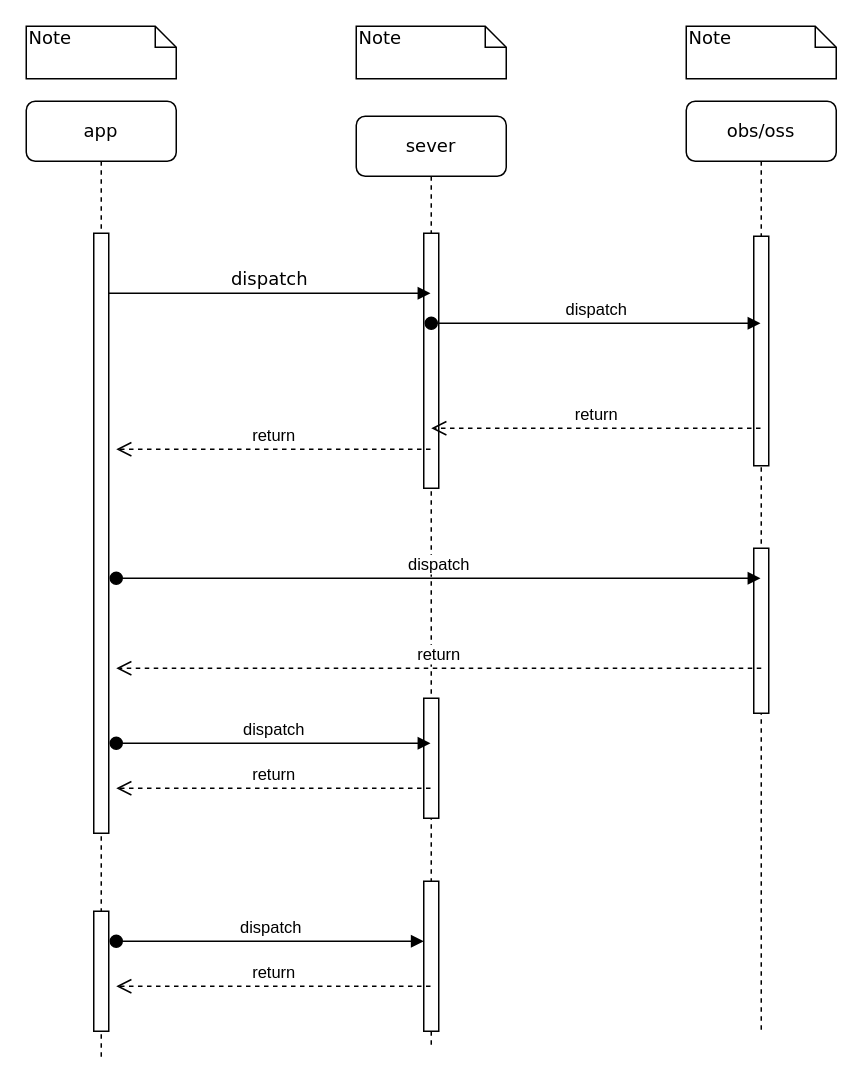
Earlier version of the draw.io diagram Untitled Diagram.drawio (linxinqiang90/drawio). Source tidied: cells renumbered, new cells numbered last; positions are measured from the earlier drawing's top-left corner, leaving out a move shared by most shapes. Both pictures are drawn from the tidied source at 150%, with x=0, y=0 at pixel (26, 26).
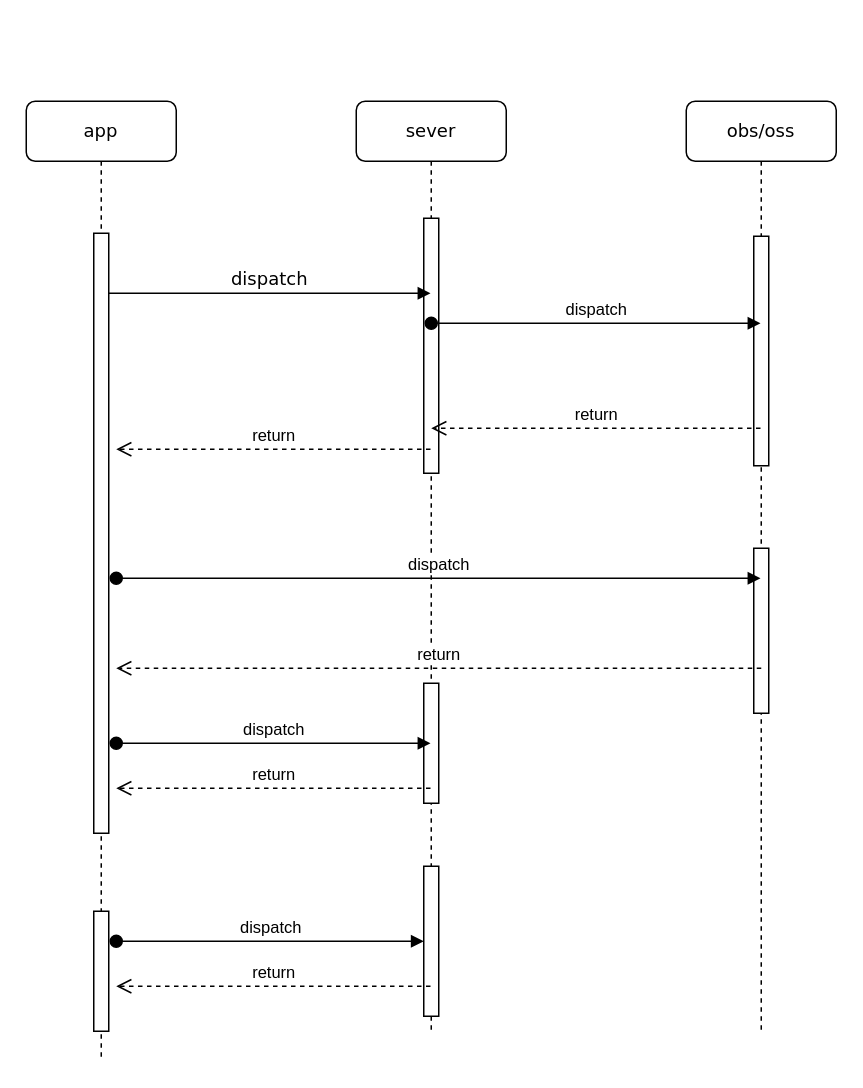
The same page after the edit.

Change to the diagram source:
```diff
@@
     <mxCell id="2" value="sever&lt;br&gt;" style="shape=umlLifeline;perimeter=lifelinePerimeter;whiteSpace=wrap;html=1;outlineConnect=0;rounded=1;shadow=0;comic=0;labelBackgroundColor=none;strokeWidth=1;fontFamily=Verdana;fontSize=12;align=center;" parent="1" vertex="1">
-      <mxGeometry x="220" y="60" width="100" height="620" as="geometry" />
+      <mxGeometry x="220" y="50" width="100" height="620" as="geometry" />
     </mxCell>
@@
-    <mxCell id="13" value="Note" style="shape=note;whiteSpace=wrap;html=1;size=14;verticalAlign=top;align=left;spacingTop=-6;rounded=0;shadow=0;comic=0;labelBackgroundColor=none;strokeWidth=1;fontFamily=Verdana;fontSize=12;" parent="1" vertex="1">
-      <mxGeometry width="100" height="35" as="geometry" />
-    </mxCell>
-    <mxCell id="14" value="Note" style="shape=note;whiteSpace=wrap;html=1;size=14;verticalAlign=top;align=left;spacingTop=-6;rounded=0;shadow=0;comic=0;labelBackgroundColor=none;strokeWidth=1;fontFamily=Verdana;fontSize=12;" parent="1" vertex="1">
-      <mxGeometry x="220" width="100" height="35" as="geometry" />
-    </mxCell>
-    <mxCell id="15" value="Note" style="shape=note;whiteSpace=wrap;html=1;size=14;verticalAlign=top;align=left;spacingTop=-6;rounded=0;shadow=0;comic=0;labelBackgroundColor=none;strokeWidth=1;fontFamily=Verdana;fontSize=12;" parent="1" vertex="1">
-      <mxGeometry x="440" width="100" height="35" as="geometry" />
-    </mxCell>
```
